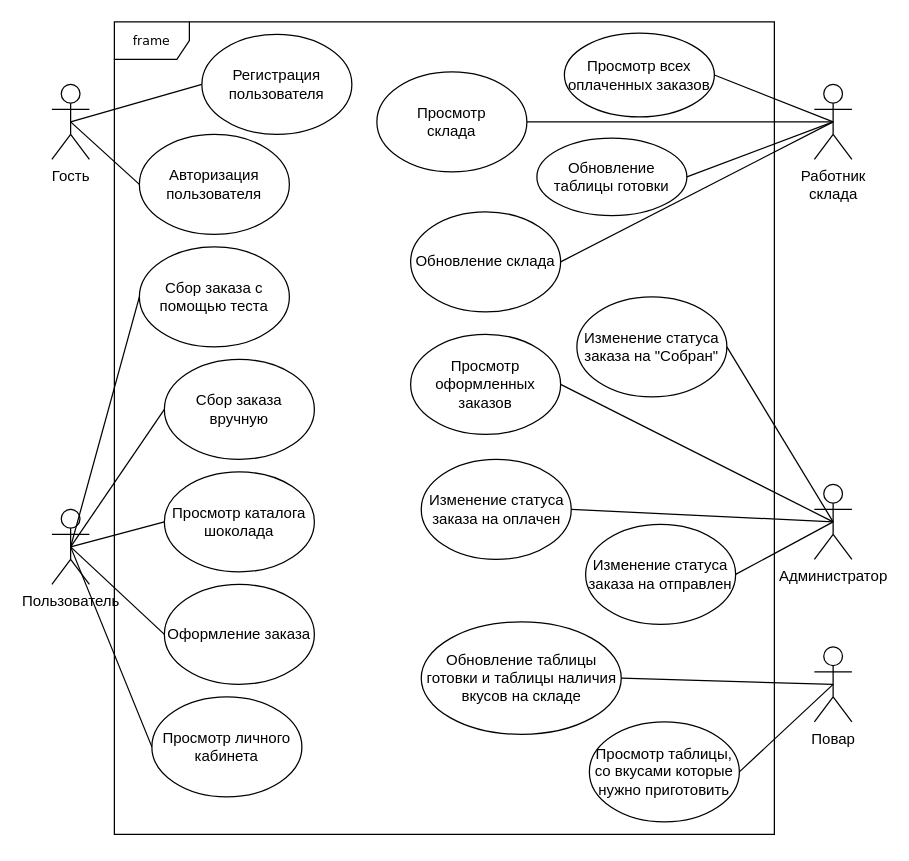
Earlier version of the draw.io diagram Untitled Diagram.drawio (frobbery/chocolate-shop). Source tidied: cells renumbered, new cells numbered last; positions are measured from the earlier drawing's top-left corner, leaving out a move shared by most shapes. Both pictures are drawn from the tidied source at 125%, with x=0, y=0 at pixel (51, 21).
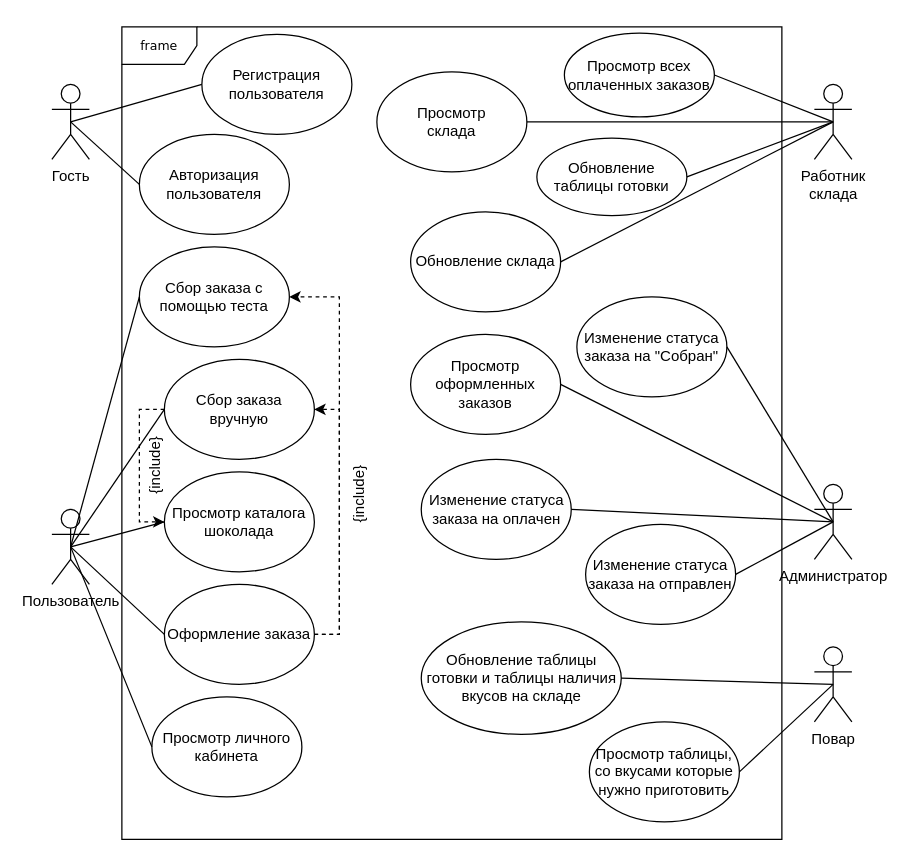
The same page after the edit.

The change refers to these unchanged cells:
```xml
<mxCell id="10" value="Сбор заказа с помощью теста" style="ellipse;whiteSpace=wrap;html=1;" parent="1" vertex="1">
  <mxGeometry x="70" y="180" width="120" height="80" as="geometry" />
</mxCell>
<mxCell id="11" value="Просмотр каталога&lt;br&gt;шоколада" style="ellipse;whiteSpace=wrap;html=1;" parent="1" vertex="1">
  <mxGeometry x="90" y="360" width="120" height="80" as="geometry" />
</mxCell>
<mxCell id="12" value="Сбор заказа вручную" style="ellipse;whiteSpace=wrap;html=1;" parent="1" vertex="1">
  <mxGeometry x="90" y="270" width="120" height="80" as="geometry" />
</mxCell>
<mxCell id="13" value="Оформление заказа" style="ellipse;whiteSpace=wrap;html=1;" parent="1" vertex="1">
  <mxGeometry x="90" y="450" width="120" height="80" as="geometry" />
</mxCell>
```

The edit, as a diff of the source:
```diff
@@
     <mxCell id="2" value="frame" style="shape=umlFrame;whiteSpace=wrap;html=1;rounded=0;shadow=0;comic=0;labelBackgroundColor=none;strokeWidth=1;fontFamily=Verdana;fontSize=10;align=center;" parent="1" vertex="1">
-      <mxGeometry x="50" width="528" height="650" as="geometry" />
+      <mxGeometry x="56" y="4" width="528" height="650" as="geometry" />
     </mxCell>
@@
+    <mxCell id="42" style="edgeStyle=orthogonalEdgeStyle;rounded=0;jettySize=auto;html=1;exitX=0;exitY=0.5;exitDx=0;exitDy=0;entryX=0;entryY=0.5;entryDx=0;entryDy=0;dashed=1;" parent="1" edge="1" source="12" target="11">
+      <mxGeometry relative="1" as="geometry" />
+    </mxCell>
@@
+    <mxCell id="43" style="edgeStyle=orthogonalEdgeStyle;rounded=0;jettySize=auto;html=1;exitX=1;exitY=0.5;exitDx=0;exitDy=0;entryX=1;entryY=0.5;entryDx=0;entryDy=0;dashed=1;" parent="1" edge="1" source="13" target="12">
+      <mxGeometry relative="1" as="geometry" />
+    </mxCell>
+    <mxCell id="44" style="edgeStyle=orthogonalEdgeStyle;rounded=0;jettySize=auto;html=1;exitX=1;exitY=0.5;exitDx=0;exitDy=0;entryX=1;entryY=0.5;entryDx=0;entryDy=0;dashed=1;" parent="1" edge="1" source="13" target="10">
+      <mxGeometry relative="1" as="geometry" />
+    </mxCell>
@@
+    <mxCell id="45" value="{include}" style="text;html=1;strokeColor=none;fillColor=none;align=center;verticalAlign=middle;whiteSpace=wrap;rounded=0;rotation=-90;" parent="1" vertex="1">
+      <mxGeometry x="219" y="370" width="54" height="16" as="geometry" />
+    </mxCell>
+    <mxCell id="46" value="{include}" style="text;html=1;strokeColor=none;fillColor=none;align=center;verticalAlign=middle;whiteSpace=wrap;rounded=0;rotation=-90;" parent="1" vertex="1">
+      <mxGeometry x="56" y="347" width="54" height="16" as="geometry" />
+    </mxCell>
```
